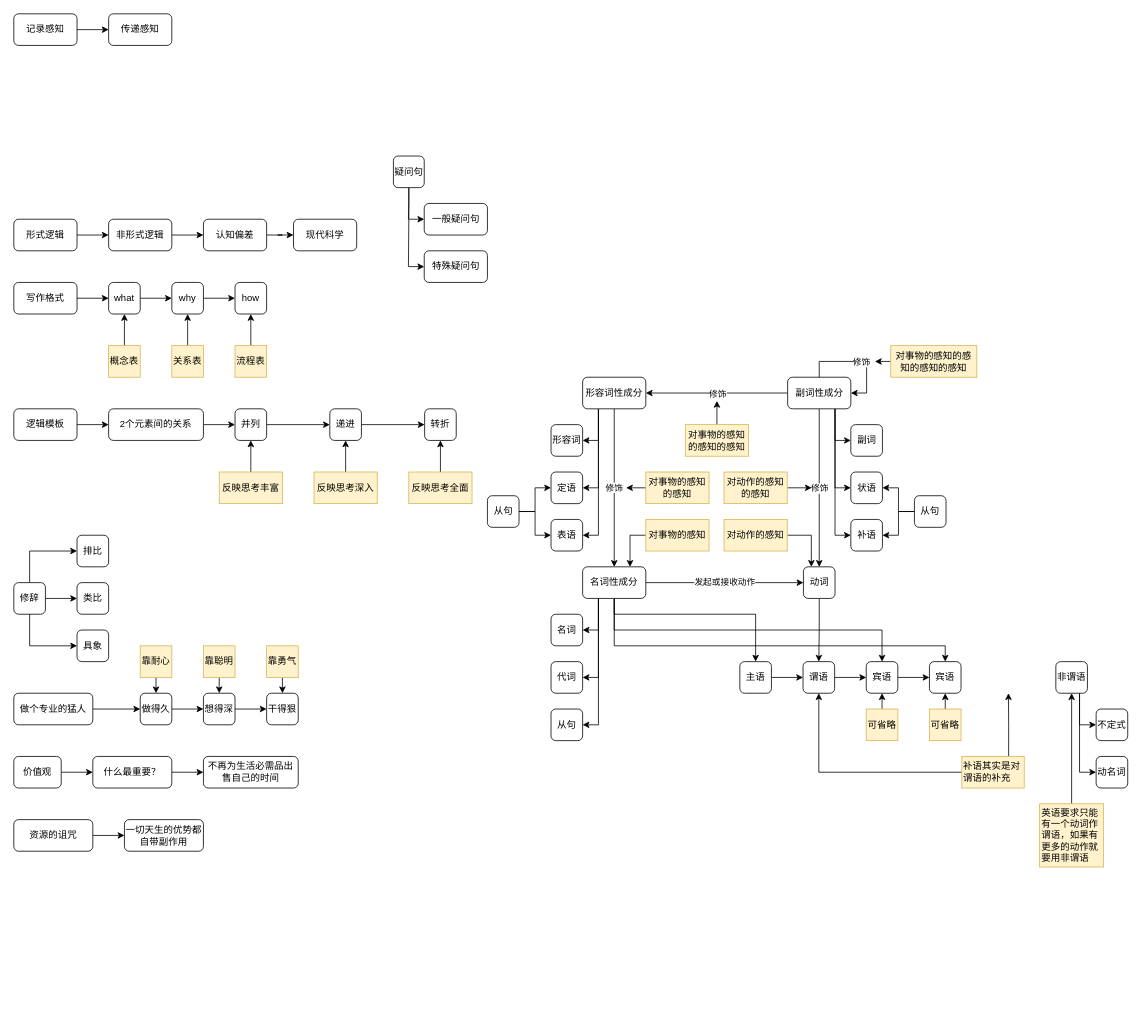
yanhanfrontend/draw.io.workspace keeps this draw.io diagram as 语言文字.drawio. Above is the earlier version. Source tidied: cells renumbered, new cells numbered last; positions are measured from the earlier drawing's top-left corner, leaving out a move shared by most shapes. Both pictures are drawn from the tidied source at 79%, with x=0, y=0 at pixel (13, 13).
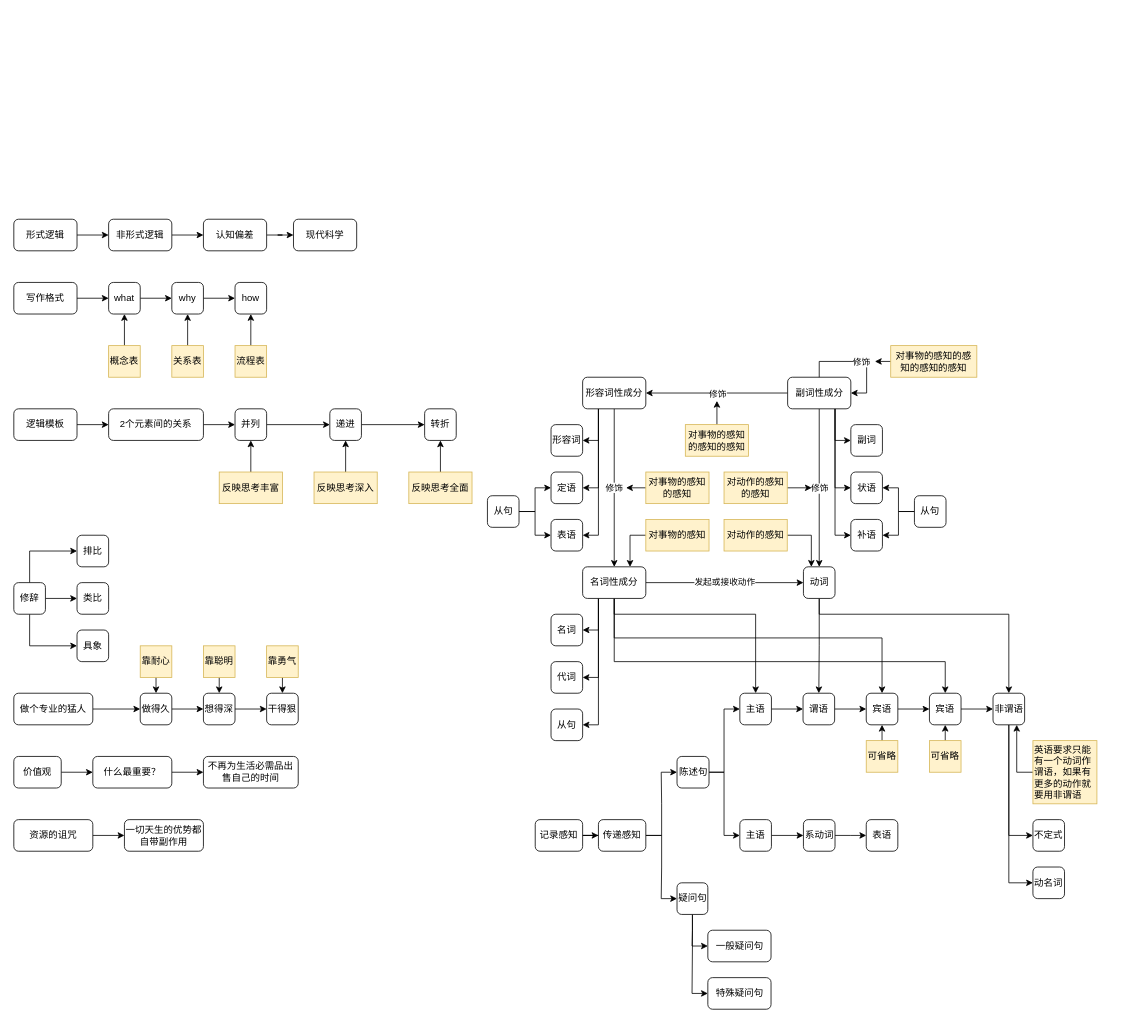
After the change.

Commit message:
更新语言文字.drawio

Unchanged cells that the change refers to:
```xml
<mxCell id="119" value="名词性成分" style="rounded=1;whiteSpace=wrap;html=1;" parent="1" vertex="1">
  <mxGeometry x="720" y="700" width="80" height="40" as="geometry" />
</mxCell>
<mxCell id="136" value="动词" style="rounded=1;whiteSpace=wrap;html=1;" parent="1" vertex="1">
  <mxGeometry x="999.5" y="700" width="40" height="40" as="geometry" />
</mxCell>
```

Change to the diagram source:
```diff
@@
     <mxCell id="37" value="记录感知" style="rounded=1;whiteSpace=wrap;html=1;" parent="1" vertex="1">
-      <mxGeometry width="80" height="40" as="geometry" />
+      <mxGeometry x="660" y="1020" width="60" height="40" as="geometry" />
     </mxCell>
+    <mxCell id="146" style="edgeStyle=orthogonalEdgeStyle;rounded=0;jettySize=auto;html=1;exitX=1;exitY=0.5;exitDx=0;exitDy=0;entryX=0;entryY=0.5;entryDx=0;entryDy=0;" parent="1" edge="1" source="38" target="152">
+      <mxGeometry relative="1" as="geometry" />
+    </mxCell>
+    <mxCell id="147" style="edgeStyle=orthogonalEdgeStyle;rounded=0;jettySize=auto;html=1;exitX=1;exitY=0.5;exitDx=0;exitDy=0;entryX=0;entryY=0.5;entryDx=0;entryDy=0;" parent="1" edge="1" source="38" target="134">
+      <mxGeometry relative="1" as="geometry" />
+    </mxCell>
     <mxCell id="38" value="传递感知" style="rounded=1;whiteSpace=wrap;html=1;" parent="1" vertex="1">
-      <mxGeometry x="120" width="80" height="40" as="geometry" />
+      <mxGeometry x="740" y="1020" width="60" height="40" as="geometry" />
     </mxCell>
@@
     <mxCell id="81" value="主语" style="rounded=1;whiteSpace=wrap;html=1;" parent="1" vertex="1">
-      <mxGeometry x="919" y="820" width="40" height="40" as="geometry" />
+      <mxGeometry x="919" y="860" width="40" height="40" as="geometry" />
     </mxCell>
@@
     <mxCell id="83" value="谓语" style="rounded=1;whiteSpace=wrap;html=1;" parent="1" vertex="1">
-      <mxGeometry x="999" y="820" width="40" height="40" as="geometry" />
+      <mxGeometry x="999" y="860" width="40" height="40" as="geometry" />
     </mxCell>
@@
     <mxCell id="85" value="宾语" style="rounded=1;whiteSpace=wrap;html=1;" parent="1" vertex="1">
-      <mxGeometry x="1079" y="820" width="40" height="40" as="geometry" />
+      <mxGeometry x="1079" y="860" width="40" height="40" as="geometry" />
     </mxCell>
+    <mxCell id="148" style="edgeStyle=orthogonalEdgeStyle;rounded=0;jettySize=auto;html=1;" parent="1" edge="1" source="86" target="98">
+      <mxGeometry relative="1" as="geometry" />
+    </mxCell>
     <mxCell id="86" value="宾语" style="rounded=1;whiteSpace=wrap;html=1;" parent="1" vertex="1">
-      <mxGeometry x="1159" y="820" width="40" height="40" as="geometry" />
+      <mxGeometry x="1159" y="860" width="40" height="40" as="geometry" />
     </mxCell>
-    <mxCell id="87" style="edgeStyle=orthogonalEdgeStyle;rounded=0;jettySize=auto;html=1;exitX=0.75;exitY=0;exitDx=0;exitDy=0;entryX=0.5;entryY=1;entryDx=0;entryDy=0;" parent="1" edge="1" source="89">
-      <mxGeometry relative="1" as="geometry">
-        <mxPoint x="1259" y="860" as="targetPoint" />
-      </mxGeometry>
-    </mxCell>
-    <mxCell id="88" style="edgeStyle=orthogonalEdgeStyle;rounded=0;jettySize=auto;html=1;exitX=0;exitY=0.5;exitDx=0;exitDy=0;entryX=0.5;entryY=1;entryDx=0;entryDy=0;" parent="1" edge="1" source="89" target="83">
-      <mxGeometry relative="1" as="geometry" />
-    </mxCell>
-    <mxCell id="89" value="补语其实是对谓语的补充" style="text;html=1;align=left;verticalAlign=middle;whiteSpace=wrap;rounded=0;fillColor=#fff2cc;strokeColor=#d6b656;" parent="1" vertex="1">
-      <mxGeometry x="1200" y="940" width="79" height="40" as="geometry" />
-    </mxCell>
@@
     <mxCell id="91" value="可省略" style="text;html=1;align=left;verticalAlign=middle;whiteSpace=wrap;rounded=0;fillColor=#fff2cc;strokeColor=#d6b656;" parent="1" vertex="1">
-      <mxGeometry x="1079" y="880" width="40" height="40" as="geometry" />
+      <mxGeometry x="1079" y="920" width="40" height="40" as="geometry" />
     </mxCell>
@@
     <mxCell id="93" value="可省略" style="text;html=1;align=left;verticalAlign=middle;whiteSpace=wrap;rounded=0;fillColor=#fff2cc;strokeColor=#d6b656;" parent="1" vertex="1">
-      <mxGeometry x="1159" y="880" width="40" height="40" as="geometry" />
+      <mxGeometry x="1159" y="920" width="40" height="40" as="geometry" />
     </mxCell>
@@
-    <mxCell id="96" style="edgeStyle=orthogonalEdgeStyle;rounded=0;jettySize=auto;html=1;exitX=0.75;exitY=1;exitDx=0;exitDy=0;entryX=0;entryY=0.5;entryDx=0;entryDy=0;" parent="1" edge="1" source="98" target="99">
+    <mxCell id="96" style="edgeStyle=orthogonalEdgeStyle;rounded=0;jettySize=auto;html=1;exitX=0.5;exitY=1;exitDx=0;exitDy=0;entryX=0;entryY=0.5;entryDx=0;entryDy=0;" parent="1" edge="1" source="98" target="99">
       <mxGeometry relative="1" as="geometry" />
     </mxCell>
-    <mxCell id="97" style="edgeStyle=orthogonalEdgeStyle;rounded=0;jettySize=auto;html=1;exitX=0.75;exitY=1;exitDx=0;exitDy=0;entryX=0;entryY=0.5;entryDx=0;entryDy=0;" parent="1" edge="1" source="98" target="100">
+    <mxCell id="97" style="edgeStyle=orthogonalEdgeStyle;rounded=0;jettySize=auto;html=1;exitX=0.5;exitY=1;exitDx=0;exitDy=0;entryX=0;entryY=0.5;entryDx=0;entryDy=0;" parent="1" edge="1" source="98" target="100">
       <mxGeometry relative="1" as="geometry" />
     </mxCell>
     <mxCell id="98" value="非谓语" style="rounded=1;whiteSpace=wrap;html=1;" parent="1" vertex="1">
-      <mxGeometry x="1319" y="820" width="40" height="40" as="geometry" />
+      <mxGeometry x="1239.5" y="860" width="40" height="40" as="geometry" />
     </mxCell>
     <mxCell id="99" value="不定式" style="rounded=1;whiteSpace=wrap;html=1;" parent="1" vertex="1">
-      <mxGeometry x="1370" y="880" width="40" height="40" as="geometry" />
+      <mxGeometry x="1290" y="1020" width="40" height="40" as="geometry" />
     </mxCell>
     <mxCell id="100" value="动名词" style="rounded=1;whiteSpace=wrap;html=1;" parent="1" vertex="1">
-      <mxGeometry x="1370" y="940" width="40" height="40" as="geometry" />
+      <mxGeometry x="1290" y="1080" width="40" height="40" as="geometry" />
     </mxCell>
@@
     <mxCell id="117" style="edgeStyle=orthogonalEdgeStyle;rounded=0;jettySize=auto;html=1;exitX=0.5;exitY=1;exitDx=0;exitDy=0;entryX=0.5;entryY=0;entryDx=0;entryDy=0;" parent="1" edge="1" source="119" target="85">
-      <mxGeometry relative="1" as="geometry" />
+      <mxGeometry relative="1" as="geometry">
+        <Array as="points">
+          <mxPoint x="760" y="790" />
+          <mxPoint x="1099" y="790" />
+        </Array>
+      </mxGeometry>
     </mxCell>
     <mxCell id="118" style="edgeStyle=orthogonalEdgeStyle;rounded=0;jettySize=auto;html=1;exitX=0.5;exitY=1;exitDx=0;exitDy=0;entryX=0.5;entryY=0;entryDx=0;entryDy=0;" parent="1" edge="1" source="119" target="86">
       <mxGeometry relative="1" as="geometry">
         <Array as="points">
-          <mxPoint x="760" y="800" />
-          <mxPoint x="1179" y="800" />
+          <mxPoint x="760" y="820" />
+          <mxPoint x="1179" y="820" />
         </Array>
       </mxGeometry>
     </mxCell>
@@
     <mxCell id="130" value="一般疑问句" style="rounded=1;whiteSpace=wrap;html=1;" parent="1" vertex="1">
-      <mxGeometry x="519.5" y="240" width="80" height="40" as="geometry" />
+      <mxGeometry x="878.5" y="1160" width="80" height="40" as="geometry" />
     </mxCell>
     <mxCell id="131" value="特殊疑问句" style="rounded=1;whiteSpace=wrap;html=1;" parent="1" vertex="1">
-      <mxGeometry x="519.5" y="300" width="80" height="40" as="geometry" />
+      <mxGeometry x="878.5" y="1220" width="80" height="40" as="geometry" />
     </mxCell>
@@
     <mxCell id="134" value="疑问句" style="rounded=1;whiteSpace=wrap;html=1;" parent="1" vertex="1">
-      <mxGeometry x="480.5" y="180" width="39" height="40" as="geometry" />
+      <mxGeometry x="839.5" y="1100" width="39" height="40" as="geometry" />
     </mxCell>
@@
+    <mxCell id="149" style="edgeStyle=orthogonalEdgeStyle;rounded=0;jettySize=auto;html=1;exitX=0.5;exitY=1;exitDx=0;exitDy=0;entryX=0.5;entryY=0;entryDx=0;entryDy=0;" parent="1" edge="1" source="136" target="98">
+      <mxGeometry relative="1" as="geometry">
+        <Array as="points">
+          <mxPoint x="1020" y="760" />
+          <mxPoint x="1260" y="760" />
+        </Array>
+      </mxGeometry>
+    </mxCell>
@@
-    <mxCell id="139" style="edgeStyle=orthogonalEdgeStyle;rounded=0;jettySize=auto;html=1;exitX=0.5;exitY=0;exitDx=0;exitDy=0;entryX=0.5;entryY=1;entryDx=0;entryDy=0;" parent="1" edge="1" source="140" target="98">
+    <mxCell id="139" style="edgeStyle=orthogonalEdgeStyle;rounded=0;jettySize=auto;html=1;exitX=0;exitY=0.5;exitDx=0;exitDy=0;entryX=0.75;entryY=1;entryDx=0;entryDy=0;" parent="1" edge="1" source="140" target="98">
       <mxGeometry relative="1" as="geometry" />
     </mxCell>
     <mxCell id="140" value="英语要求只能有一个动词作谓语，如果有更多的动作就要用非谓语" style="text;html=1;align=left;verticalAlign=middle;whiteSpace=wrap;rounded=0;fillColor=#fff2cc;strokeColor=#d6b656;" parent="1" vertex="1">
-      <mxGeometry x="1298.5" y="1000" width="81" height="80" as="geometry" />
+      <mxGeometry x="1290" y="920" width="81" height="80" as="geometry" />
     </mxCell>
@@
+    <mxCell id="150" style="edgeStyle=orthogonalEdgeStyle;rounded=0;jettySize=auto;html=1;exitX=1;exitY=0.5;exitDx=0;exitDy=0;entryX=0;entryY=0.5;entryDx=0;entryDy=0;" parent="1" edge="1" source="152" target="81">
+      <mxGeometry relative="1" as="geometry">
+        <Array as="points">
+          <mxPoint x="899" y="960" />
+          <mxPoint x="899" y="880" />
+        </Array>
+      </mxGeometry>
+    </mxCell>
+    <mxCell id="151" style="edgeStyle=orthogonalEdgeStyle;rounded=0;jettySize=auto;html=1;exitX=1;exitY=0.5;exitDx=0;exitDy=0;entryX=0;entryY=0.5;entryDx=0;entryDy=0;" parent="1" edge="1" source="152" target="154">
+      <mxGeometry relative="1" as="geometry">
+        <Array as="points">
+          <mxPoint x="899" y="960" />
+          <mxPoint x="899" y="1040" />
+        </Array>
+      </mxGeometry>
+    </mxCell>
+    <mxCell id="152" value="陈述句" style="rounded=1;whiteSpace=wrap;html=1;" parent="1" vertex="1">
+      <mxGeometry x="839.5" y="940" width="40.5" height="40" as="geometry" />
+    </mxCell>
+    <mxCell id="153" style="edgeStyle=orthogonalEdgeStyle;rounded=0;jettySize=auto;html=1;" parent="1" edge="1" source="154" target="156">
+      <mxGeometry relative="1" as="geometry" />
+    </mxCell>
+    <mxCell id="154" value="主语" style="rounded=1;whiteSpace=wrap;html=1;" parent="1" vertex="1">
+      <mxGeometry x="919" y="1020" width="40" height="40" as="geometry" />
+    </mxCell>
+    <mxCell id="155" style="edgeStyle=orthogonalEdgeStyle;rounded=0;jettySize=auto;html=1;" parent="1" edge="1" source="156" target="157">
+      <mxGeometry relative="1" as="geometry" />
+    </mxCell>
+    <mxCell id="156" value="系动词" style="rounded=1;whiteSpace=wrap;html=1;" parent="1" vertex="1">
+      <mxGeometry x="999.5" y="1020" width="40" height="40" as="geometry" />
+    </mxCell>
+    <mxCell id="157" value="表语" style="rounded=1;whiteSpace=wrap;html=1;" parent="1" vertex="1">
+      <mxGeometry x="1079" y="1020" width="40" height="40" as="geometry" />
+    </mxCell>
```
